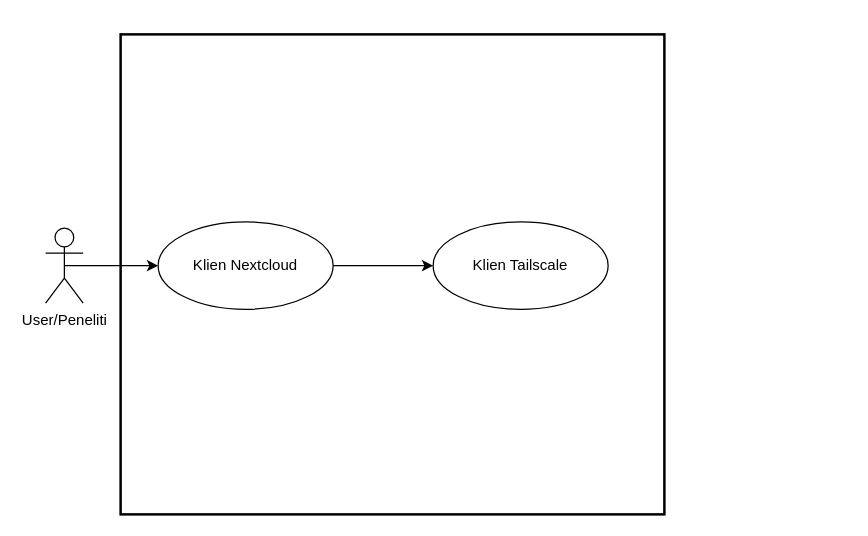
The draw.io diagram usecase diagram uniska.drawio in arcahyadi/arcahyadi.github.io, before the edit. Source tidied: cells renumbered, new cells numbered last; positions are measured from the earlier drawing's top-left corner, leaving out a move shared by most shapes. Both pictures are drawn from the tidied source at 125%, with x=0, y=0 at pixel (45, 34).
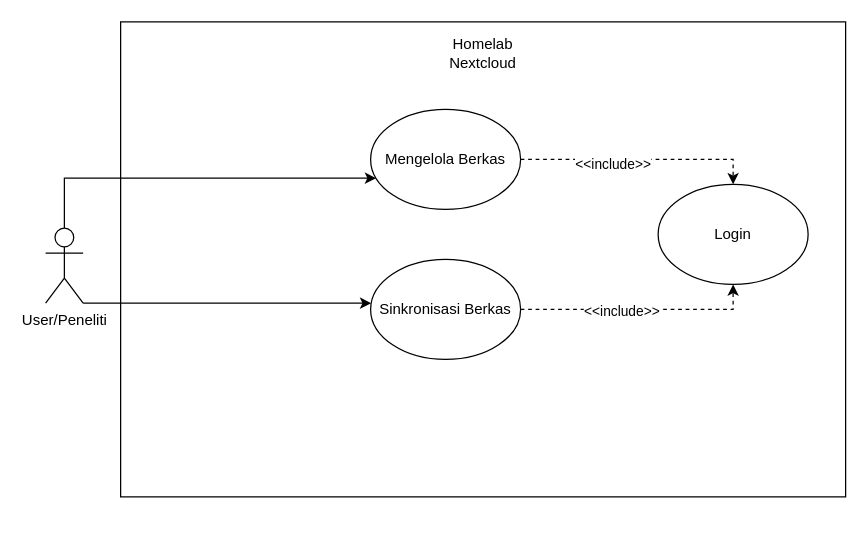
The same page after the edit.

The edit, as a diff of the source:
```diff
@@
 <mxGraphModel>
   <root>
     <mxCell id="0" />
     <mxCell id="1" parent="0" />
-    <mxCell id="2" style="whiteSpace=wrap;strokeWidth=2;" parent="1" vertex="1">
-      <mxGeometry x="60" width="435" height="384" as="geometry" />
-    </mxCell>
-    <mxCell id="3" style="edgeStyle=orthogonalEdgeStyle;rounded=0;jettySize=auto;html=1;exitX=0.5;exitY=0.5;exitDx=0;exitDy=0;exitPerimeter=0;entryX=0;entryY=0.5;entryDx=0;entryDy=0;" parent="1" edge="1" source="4" target="6">
-      <mxGeometry relative="1" as="geometry" />
-    </mxCell>
+    <mxCell id="8" style="rounded=0;whiteSpace=wrap;html=1;" parent="1" vertex="1">
+      <mxGeometry x="60" y="-10" width="580" height="380" as="geometry" />
+    </mxCell>
+    <mxCell id="9" style="edgeStyle=orthogonalEdgeStyle;rounded=0;jettySize=auto;html=1;" parent="1" edge="1" source="4" target="14">
+      <mxGeometry relative="1" as="geometry">
+        <Array as="points">
+          <mxPoint x="15" y="115" />
+        </Array>
+      </mxGeometry>
+    </mxCell>
+    <mxCell id="10" style="edgeStyle=orthogonalEdgeStyle;rounded=0;jettySize=auto;html=1;" parent="1" edge="1" source="4" target="17">
+      <mxGeometry relative="1" as="geometry">
+        <Array as="points">
+          <mxPoint x="150" y="215" />
+          <mxPoint x="150" y="215" />
+        </Array>
+      </mxGeometry>
+    </mxCell>
     <mxCell id="4" value="User/Peneliti" style="shape=umlActor;verticalLabelPosition=bottom;verticalAlign=top;html=1;" parent="1" vertex="1">
       <mxGeometry y="155" width="30" height="60" as="geometry" />
     </mxCell>
-    <mxCell id="5" style="edgeStyle=orthogonalEdgeStyle;rounded=0;jettySize=auto;html=1;" parent="1" edge="1" source="6" target="7">
-      <mxGeometry relative="1" as="geometry" />
-    </mxCell>
-    <mxCell id="6" value="Klien Nextcloud" style="ellipse;whiteSpace=wrap;html=1;" parent="1" vertex="1">
-      <mxGeometry x="90" y="150" width="140" height="70" as="geometry" />
-    </mxCell>
-    <mxCell id="7" value="Klien Tailscale" style="ellipse;whiteSpace=wrap;html=1;" parent="1" vertex="1">
-      <mxGeometry x="310" y="150" width="140" height="70" as="geometry" />
-    </mxCell>
+    <mxCell id="11" value="Homelab Nextcloud" style="text;html=1;whiteSpace=wrap;strokeColor=none;fillColor=none;align=center;verticalAlign=middle;rounded=0;" parent="1" vertex="1">
+      <mxGeometry x="320" width="60" height="30" as="geometry" />
+    </mxCell>
+    <mxCell id="12" style="edgeStyle=orthogonalEdgeStyle;rounded=0;jettySize=auto;html=1;entryX=0.5;entryY=0;entryDx=0;entryDy=0;dashed=1;" parent="1" edge="1" source="14" target="18">
+      <mxGeometry relative="1" as="geometry" />
+    </mxCell>
+    <mxCell id="13" value="&amp;lt;&amp;lt;include&amp;gt;&amp;gt;" style="edgeLabel;html=1;align=center;verticalAlign=middle;" parent="12" vertex="1">
+      <mxGeometry x="-0.23" y="-3" relative="1" as="geometry" />
+    </mxCell>
+    <mxCell id="14" value="Mengelola Berkas" style="ellipse;whiteSpace=wrap;html=1;" parent="1" vertex="1">
+      <mxGeometry x="260" y="60" width="120" height="80" as="geometry" />
+    </mxCell>
+    <mxCell id="15" style="edgeStyle=orthogonalEdgeStyle;rounded=0;jettySize=auto;html=1;entryX=0.5;entryY=1;entryDx=0;entryDy=0;dashed=1;" parent="1" edge="1" source="17" target="18">
+      <mxGeometry relative="1" as="geometry" />
+    </mxCell>
+    <mxCell id="16" value="&amp;lt;&amp;lt;include&amp;gt;&amp;gt;" style="edgeLabel;html=1;align=center;verticalAlign=middle;" parent="15" vertex="1">
+      <mxGeometry x="-0.16" y="-1" relative="1" as="geometry" />
+    </mxCell>
+    <mxCell id="17" value="Sinkronisasi Berkas" style="ellipse;whiteSpace=wrap;html=1;" parent="1" vertex="1">
+      <mxGeometry x="260" y="180" width="120" height="80" as="geometry" />
+    </mxCell>
+    <mxCell id="18" value="Login" style="ellipse;whiteSpace=wrap;html=1;" parent="1" vertex="1">
+      <mxGeometry x="490" y="120" width="120" height="80" as="geometry" />
+    </mxCell>
+    <mxCell id="19" style="edgeStyle=orthogonalEdgeStyle;rounded=0;orthogonalLoop=1;jettySize=auto;html=1;exitX=0.5;exitY=1;exitDx=0;exitDy=0;" parent="1" edge="1" source="11" target="11">
+      <mxGeometry relative="1" as="geometry" />
+    </mxCell>
   </root>
 </mxGraphModel>
```
